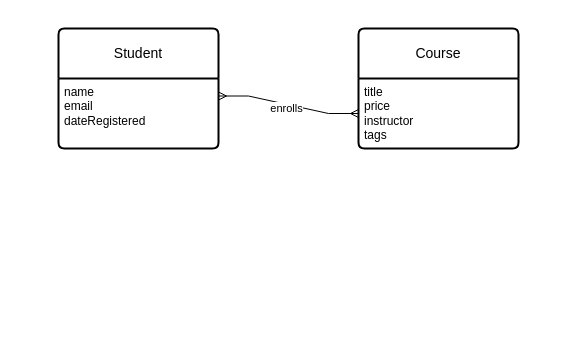
NotMax0/MySQLTutorial keeps this draw.io diagram as Code with Mosh - Complete SQL Mastery/SQLcourses.drawio. Above is the earlier version. Source tidied: cells renumbered, new cells numbered last; positions are measured from the earlier drawing's top-left corner, leaving out a move shared by most shapes. Both pictures are drawn from the tidied source at 100%, with x=0, y=0 at pixel (58, 28).
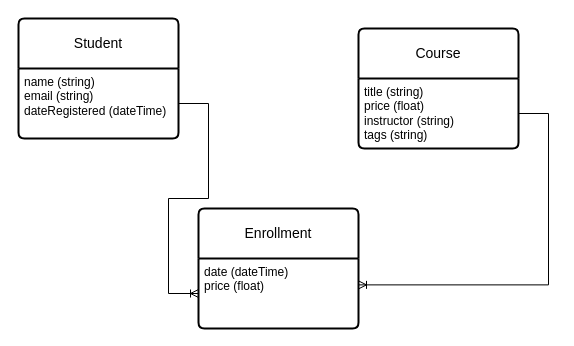
The same diagram, later.

What changed in the source:
```diff
@@
 <mxGraphModel>
   <root>
     <mxCell id="0" />
     <mxCell id="1" parent="0" />
     <mxCell id="2" value="Student" style="swimlane;horizontal=1;startSize=50;rounded=1;fontSize=14;fontStyle=0;strokeWidth=2;shadow=0;dashed=0;align=center;arcSize=4;whiteSpace=wrap;html=1;" parent="1" vertex="1">
-      <mxGeometry width="160" height="120" as="geometry" />
+      <mxGeometry x="-40" y="-10" width="160" height="120" as="geometry" />
     </mxCell>
-    <mxCell id="3" value="name&lt;div&gt;email&lt;/div&gt;&lt;div&gt;dateRegistered&lt;/div&gt;" style="align=left;strokeColor=none;fillColor=none;spacingLeft=4;fontSize=12;verticalAlign=top;html=1;" parent="2" vertex="1">
+    <mxCell id="3" value="name (string)&lt;div&gt;email (string)&lt;/div&gt;&lt;div&gt;dateRegistered (dateTime)&lt;/div&gt;" style="align=left;strokeColor=none;fillColor=none;spacingLeft=4;fontSize=12;verticalAlign=top;html=1;" parent="2" vertex="1">
       <mxGeometry y="50" width="160" height="70" as="geometry" />
     </mxCell>
     <mxCell id="4" value="Course" style="swimlane;horizontal=1;startSize=50;rounded=1;fontSize=14;fontStyle=0;strokeWidth=2;shadow=0;dashed=0;align=center;arcSize=4;whiteSpace=wrap;html=1;" parent="1" vertex="1">
       <mxGeometry x="300" width="160" height="120" as="geometry" />
     </mxCell>
-    <mxCell id="5" value="title&lt;div&gt;price&lt;/div&gt;&lt;div&gt;instructor&lt;/div&gt;&lt;div&gt;tags&lt;/div&gt;" style="align=left;strokeColor=none;fillColor=none;spacingLeft=4;fontSize=12;verticalAlign=top;html=1;" parent="4" vertex="1">
+    <mxCell id="5" value="title (string)&lt;div&gt;price (float)&lt;/div&gt;&lt;div&gt;instructor (string)&lt;/div&gt;&lt;div&gt;tags (string)&lt;/div&gt;" style="align=left;strokeColor=none;fillColor=none;spacingLeft=4;fontSize=12;verticalAlign=top;html=1;" parent="4" vertex="1">
       <mxGeometry y="50" width="160" height="70" as="geometry" />
     </mxCell>
-    <mxCell id="6" style="edgeStyle=entityRelationEdgeStyle;fontSize=12;html=1;endArrow=ERmany;startArrow=ERmany;rounded=0;exitX=1;exitY=0.25;exitDx=0;exitDy=0;entryX=0;entryY=0.5;entryDx=0;entryDy=0;" parent="1" edge="1" source="3" target="5">
-      <mxGeometry relative="1" as="geometry" />
-    </mxCell>
-    <mxCell id="7" value="enrolls" style="edgeLabel;html=1;align=center;verticalAlign=middle;" parent="6" vertex="1">
-      <mxGeometry x="-0.01" y="-6" relative="1" as="geometry">
-        <mxPoint y="-2" as="offset" />
-      </mxGeometry>
-    </mxCell>
+    <mxCell id="8" value="Enrollment" style="swimlane;horizontal=1;startSize=50;rounded=1;fontSize=14;fontStyle=0;strokeWidth=2;shadow=0;dashed=0;align=center;arcSize=4;whiteSpace=wrap;html=1;" parent="1" vertex="1">
+      <mxGeometry x="140" y="180" width="160" height="120" as="geometry" />
+    </mxCell>
+    <mxCell id="9" value="date (dateTime)&lt;div&gt;price (float)&lt;/div&gt;" style="align=left;strokeColor=none;fillColor=none;spacingLeft=4;fontSize=12;verticalAlign=top;html=1;" parent="8" vertex="1">
+      <mxGeometry y="50" width="160" height="70" as="geometry" />
+    </mxCell>
+    <mxCell id="10" style="edgeStyle=entityRelationEdgeStyle;fontSize=12;html=1;endArrow=ERoneToMany;rounded=0;entryX=0;entryY=0.5;entryDx=0;entryDy=0;" parent="1" edge="1" source="3" target="9">
+      <mxGeometry relative="1" as="geometry">
+        <Array as="points">
+          <mxPoint x="100" y="210" />
+        </Array>
+      </mxGeometry>
+    </mxCell>
+    <mxCell id="11" style="edgeStyle=entityRelationEdgeStyle;fontSize=12;html=1;endArrow=ERoneToMany;rounded=0;entryX=1;entryY=0.377;entryDx=0;entryDy=0;entryPerimeter=0;" parent="1" edge="1" source="5" target="9">
+      <mxGeometry relative="1" as="geometry" />
+    </mxCell>
   </root>
 </mxGraphModel>
```
